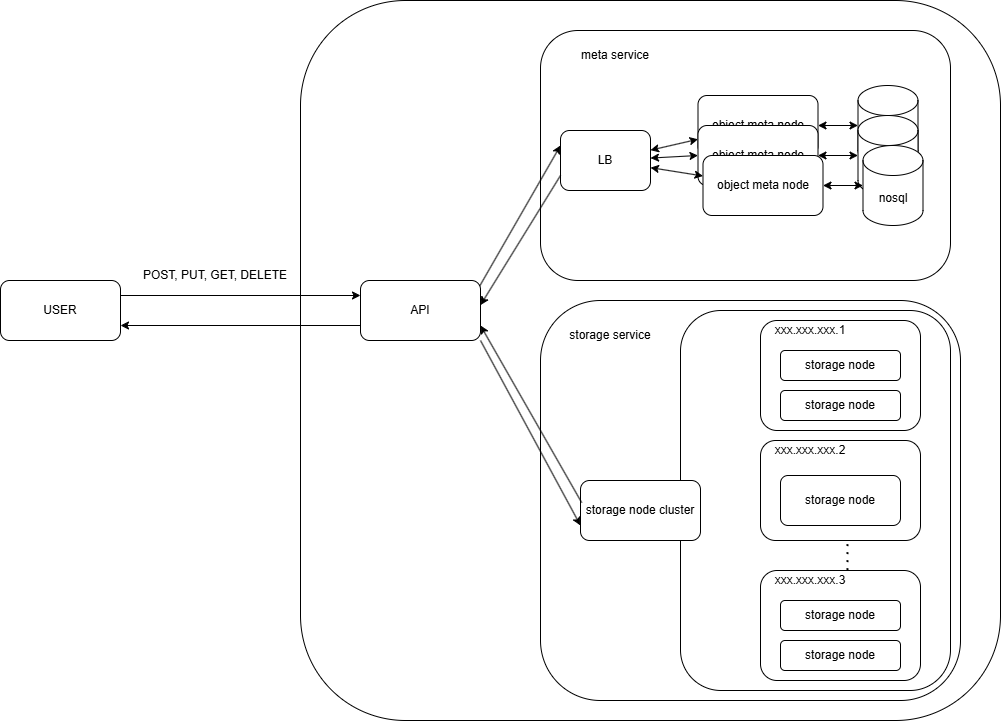
ISSuh/sos keeps this draw.io diagram as doc/doc.png. Above is the earlier version. Source tidied: cells renumbered, new cells last; positions are measured from the earlier drawing's top-left corner, leaving out a move shared by most shapes. Source of this version:
```xml
<mxGraphModel>
  <root>
    <mxCell id="0" />
    <mxCell id="1" parent="0" />
    <mxCell id="2" style="rounded=1;whiteSpace=wrap;html=1;" parent="1" vertex="1">
      <mxGeometry x="300" width="700" height="720" as="geometry" />
    </mxCell>
    <mxCell id="3" style="rounded=1;whiteSpace=wrap;html=1;" parent="1" vertex="1">
      <mxGeometry x="540" y="300" width="420" height="400" as="geometry" />
    </mxCell>
    <mxCell id="4" style="rounded=1;whiteSpace=wrap;html=1;" parent="1" vertex="1">
      <mxGeometry x="680" y="310" width="270" height="380" as="geometry" />
    </mxCell>
    <mxCell id="5" value="USER" style="rounded=1;whiteSpace=wrap;html=1;" parent="1" vertex="1">
      <mxGeometry y="280" width="120" height="60" as="geometry" />
    </mxCell>
    <mxCell id="6" value="API" style="rounded=1;whiteSpace=wrap;html=1;" parent="1" vertex="1">
      <mxGeometry x="360" y="280" width="120" height="60" as="geometry" />
    </mxCell>
    <mxCell id="7" style="endArrow=classic;html=1;exitX=1;exitY=0.25;exitDx=0;exitDy=0;entryX=0;entryY=0.25;entryDx=0;entryDy=0;" parent="1" edge="1" source="5" target="6">
      <mxGeometry relative="1" as="geometry" />
    </mxCell>
    <mxCell id="8" style="endArrow=classic;html=1;exitX=0;exitY=0.75;exitDx=0;exitDy=0;entryX=1;entryY=0.75;entryDx=0;entryDy=0;" parent="1" edge="1" source="6" target="5">
      <mxGeometry relative="1" as="geometry" />
    </mxCell>
    <mxCell id="9" style="rounded=1;whiteSpace=wrap;html=1;" parent="1" vertex="1">
      <mxGeometry x="540" y="30" width="410" height="250" as="geometry" />
    </mxCell>
    <mxCell id="10" value="LB" style="rounded=1;whiteSpace=wrap;html=1;" parent="1" vertex="1">
      <mxGeometry x="560" y="130" width="90" height="60" as="geometry" />
    </mxCell>
    <mxCell id="11" value="storage node cluster" style="rounded=1;whiteSpace=wrap;html=1;" parent="1" vertex="1">
      <mxGeometry x="580" y="480" width="120" height="60" as="geometry" />
    </mxCell>
    <mxCell id="12" style="rounded=1;whiteSpace=wrap;html=1;" parent="1" vertex="1">
      <mxGeometry x="760" y="320" width="160" height="110" as="geometry" />
    </mxCell>
    <mxCell id="13" style="rounded=1;whiteSpace=wrap;html=1;" parent="1" vertex="1">
      <mxGeometry x="760" y="440" width="160" height="100" as="geometry" />
    </mxCell>
    <mxCell id="14" value="nosql" style="shape=cylinder3;whiteSpace=wrap;html=1;boundedLbl=1;backgroundOutline=1;size=15;" parent="1" vertex="1">
      <mxGeometry x="857.5" y="85" width="60" height="80" as="geometry" />
    </mxCell>
    <mxCell id="15" value="storage node" style="rounded=1;whiteSpace=wrap;html=1;" parent="1" vertex="1">
      <mxGeometry x="780" y="350" width="120" height="30" as="geometry" />
    </mxCell>
    <mxCell id="16" value="storage node" style="rounded=1;whiteSpace=wrap;html=1;" parent="1" vertex="1">
      <mxGeometry x="780" y="390" width="120" height="30" as="geometry" />
    </mxCell>
    <mxCell id="17" value="storage node" style="rounded=1;whiteSpace=wrap;html=1;" parent="1" vertex="1">
      <mxGeometry x="780" y="475" width="120" height="50" as="geometry" />
    </mxCell>
    <mxCell id="18" style="endArrow=none;dashed=1;html=1;dashPattern=1 3;strokeWidth=2;exitX=0.731;exitY=0.714;exitDx=0;exitDy=0;exitPerimeter=0;" parent="1" edge="1" source="3">
      <mxGeometry relative="1" as="geometry">
        <mxPoint x="847" y="540" as="targetPoint" />
      </mxGeometry>
    </mxCell>
    <mxCell id="19" style="rounded=1;whiteSpace=wrap;html=1;" parent="1" vertex="1">
      <mxGeometry x="760" y="570" width="160" height="110" as="geometry" />
    </mxCell>
    <mxCell id="20" value="storage node" style="rounded=1;whiteSpace=wrap;html=1;" parent="1" vertex="1">
      <mxGeometry x="780" y="600" width="120" height="30" as="geometry" />
    </mxCell>
    <mxCell id="21" value="storage node" style="rounded=1;whiteSpace=wrap;html=1;" parent="1" vertex="1">
      <mxGeometry x="780" y="640" width="120" height="30" as="geometry" />
    </mxCell>
    <mxCell id="22" value="xxx.xxx.xxx.1" style="text;html=1;strokeColor=none;fillColor=none;align=center;verticalAlign=middle;whiteSpace=wrap;rounded=0;" parent="1" vertex="1">
      <mxGeometry x="780" y="320" width="60" height="20" as="geometry" />
    </mxCell>
    <mxCell id="23" value="xxx.xxx.xxx.2" style="text;html=1;strokeColor=none;fillColor=none;align=center;verticalAlign=middle;whiteSpace=wrap;rounded=0;" parent="1" vertex="1">
      <mxGeometry x="780" y="440" width="60" height="20" as="geometry" />
    </mxCell>
    <mxCell id="24" value="xxx.xxx.xxx.3" style="text;html=1;strokeColor=none;fillColor=none;align=center;verticalAlign=middle;whiteSpace=wrap;rounded=0;" parent="1" vertex="1">
      <mxGeometry x="780" y="570" width="60" height="20" as="geometry" />
    </mxCell>
    <mxCell id="25" style="endArrow=classic;html=1;exitX=0.994;exitY=0.09;exitDx=0;exitDy=0;entryX=0;entryY=0.25;entryDx=0;entryDy=0;exitPerimeter=0;" parent="1" edge="1" source="6" target="10">
      <mxGeometry relative="1" as="geometry" />
    </mxCell>
    <mxCell id="26" style="endArrow=classic;html=1;exitX=0;exitY=0.75;exitDx=0;exitDy=0;entryX=1;entryY=0.41;entryDx=0;entryDy=0;entryPerimeter=0;" parent="1" edge="1" source="10" target="6">
      <mxGeometry relative="1" as="geometry" />
    </mxCell>
    <mxCell id="27" style="endArrow=classic;html=1;exitX=1;exitY=1;exitDx=0;exitDy=0;entryX=0;entryY=0.75;entryDx=0;entryDy=0;" parent="1" edge="1" source="6" target="11">
      <mxGeometry relative="1" as="geometry" />
    </mxCell>
    <mxCell id="28" style="endArrow=classic;html=1;exitX=0.01;exitY=0.369;exitDx=0;exitDy=0;entryX=1;entryY=0.75;entryDx=0;entryDy=0;exitPerimeter=0;" parent="1" edge="1" source="11" target="6">
      <mxGeometry relative="1" as="geometry" />
    </mxCell>
    <mxCell id="29" value="storage service" style="text;html=1;strokeColor=none;fillColor=none;align=center;verticalAlign=middle;whiteSpace=wrap;rounded=0;" parent="1" vertex="1">
      <mxGeometry x="560" y="320" width="100" height="30" as="geometry" />
    </mxCell>
    <mxCell id="30" value="meta service" style="text;html=1;strokeColor=none;fillColor=none;align=center;verticalAlign=middle;whiteSpace=wrap;rounded=0;" parent="1" vertex="1">
      <mxGeometry x="560" y="40" width="110" height="30" as="geometry" />
    </mxCell>
    <mxCell id="31" style="endArrow=classic;startArrow=classic;html=1;exitX=1;exitY=0.5;exitDx=0;exitDy=0;" parent="1" edge="1" source="32" target="14">
      <mxGeometry relative="1" as="geometry" />
    </mxCell>
    <mxCell id="32" value="object meta node" style="rounded=1;whiteSpace=wrap;html=1;" parent="1" vertex="1">
      <mxGeometry x="697.5" y="95" width="120" height="60" as="geometry" />
    </mxCell>
    <mxCell id="33" style="endArrow=classic;startArrow=classic;html=1;entryX=0;entryY=0.5;entryDx=0;entryDy=0;" parent="1" edge="1" source="10" target="36">
      <mxGeometry relative="1" as="geometry" />
    </mxCell>
    <mxCell id="34" value="nosql" style="shape=cylinder3;whiteSpace=wrap;html=1;boundedLbl=1;backgroundOutline=1;size=15;" parent="1" vertex="1">
      <mxGeometry x="857.5" y="115" width="60" height="80" as="geometry" />
    </mxCell>
    <mxCell id="35" style="endArrow=classic;startArrow=classic;html=1;exitX=1;exitY=0.5;exitDx=0;exitDy=0;" parent="1" edge="1" source="36" target="34">
      <mxGeometry relative="1" as="geometry" />
    </mxCell>
    <mxCell id="36" value="object meta node" style="rounded=1;whiteSpace=wrap;html=1;" parent="1" vertex="1">
      <mxGeometry x="697.5" y="125" width="120" height="60" as="geometry" />
    </mxCell>
    <mxCell id="37" value="nosql" style="shape=cylinder3;whiteSpace=wrap;html=1;boundedLbl=1;backgroundOutline=1;size=15;" parent="1" vertex="1">
      <mxGeometry x="862.5" y="145" width="60" height="80" as="geometry" />
    </mxCell>
    <mxCell id="38" style="endArrow=classic;startArrow=classic;html=1;exitX=1;exitY=0.5;exitDx=0;exitDy=0;" parent="1" edge="1" source="39" target="37">
      <mxGeometry relative="1" as="geometry" />
    </mxCell>
    <mxCell id="39" value="object meta node" style="rounded=1;whiteSpace=wrap;html=1;" parent="1" vertex="1">
      <mxGeometry x="702.5" y="155" width="120" height="60" as="geometry" />
    </mxCell>
    <mxCell id="40" style="endArrow=classic;startArrow=classic;html=1;" parent="1" edge="1" source="10" target="32">
      <mxGeometry relative="1" as="geometry" />
    </mxCell>
    <mxCell id="41" style="endArrow=classic;startArrow=classic;html=1;" parent="1" edge="1" source="10" target="39">
      <mxGeometry relative="1" as="geometry" />
    </mxCell>
    <mxCell id="42" value="POST, PUT, GET, DELETE" style="text;html=1;strokeColor=none;fillColor=none;align=center;verticalAlign=middle;whiteSpace=wrap;rounded=0;" parent="1" vertex="1">
      <mxGeometry x="130" y="260" width="170" height="30" as="geometry" />
    </mxCell>
  </root>
</mxGraphModel>
```
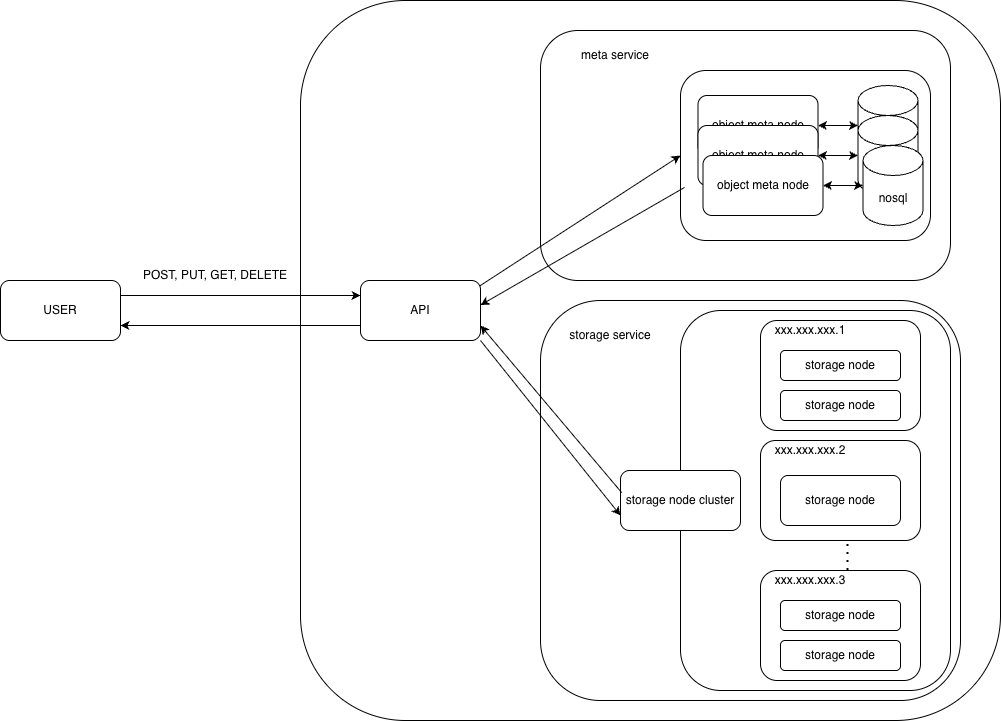
Later version of the same file.

Diff of the diagram source:
```diff
@@ -5,6 +5,12 @@
     <mxCell id="2" style="rounded=1;whiteSpace=wrap;html=1;" parent="1" vertex="1">
       <mxGeometry x="300" width="700" height="720" as="geometry" />
     </mxCell>
+    <mxCell id="9" style="rounded=1;whiteSpace=wrap;html=1;" parent="1" vertex="1">
+      <mxGeometry x="540" y="30" width="410" height="250" as="geometry" />
+    </mxCell>
+    <mxCell id="43" style="rounded=1;whiteSpace=wrap;html=1;" parent="1" vertex="1">
+      <mxGeometry x="680" y="70" width="250" height="170" as="geometry" />
+    </mxCell>
     <mxCell id="3" style="rounded=1;whiteSpace=wrap;html=1;" parent="1" vertex="1">
       <mxGeometry x="540" y="300" width="420" height="400" as="geometry" />
     </mxCell>
@@ -23,14 +29,8 @@
     <mxCell id="8" style="endArrow=classic;html=1;exitX=0;exitY=0.75;exitDx=0;exitDy=0;entryX=1;entryY=0.75;entryDx=0;entryDy=0;" parent="1" edge="1" source="6" target="5">
       <mxGeometry relative="1" as="geometry" />
     </mxCell>
-    <mxCell id="9" style="rounded=1;whiteSpace=wrap;html=1;" parent="1" vertex="1">
-      <mxGeometry x="540" y="30" width="410" height="250" as="geometry" />
-    </mxCell>
-    <mxCell id="10" value="LB" style="rounded=1;whiteSpace=wrap;html=1;" parent="1" vertex="1">
-      <mxGeometry x="560" y="130" width="90" height="60" as="geometry" />
-    </mxCell>
     <mxCell id="11" value="storage node cluster" style="rounded=1;whiteSpace=wrap;html=1;" parent="1" vertex="1">
-      <mxGeometry x="580" y="480" width="120" height="60" as="geometry" />
+      <mxGeometry x="620" y="470" width="120" height="60" as="geometry" />
     </mxCell>
     <mxCell id="12" style="rounded=1;whiteSpace=wrap;html=1;" parent="1" vertex="1">
       <mxGeometry x="760" y="320" width="160" height="110" as="geometry" />
@@ -73,10 +73,10 @@
     <mxCell id="24" value="xxx.xxx.xxx.3" style="text;html=1;strokeColor=none;fillColor=none;align=center;verticalAlign=middle;whiteSpace=wrap;rounded=0;" parent="1" vertex="1">
       <mxGeometry x="780" y="570" width="60" height="20" as="geometry" />
     </mxCell>
-    <mxCell id="25" style="endArrow=classic;html=1;exitX=0.994;exitY=0.09;exitDx=0;exitDy=0;entryX=0;entryY=0.25;entryDx=0;entryDy=0;exitPerimeter=0;" parent="1" edge="1" source="6" target="10">
+    <mxCell id="25" style="endArrow=classic;html=1;exitX=0.994;exitY=0.09;exitDx=0;exitDy=0;exitPerimeter=0;entryX=0;entryY=0.5;entryDx=0;entryDy=0;" parent="1" edge="1" source="6" target="43">
       <mxGeometry relative="1" as="geometry" />
     </mxCell>
-    <mxCell id="26" style="endArrow=classic;html=1;exitX=0;exitY=0.75;exitDx=0;exitDy=0;entryX=1;entryY=0.41;entryDx=0;entryDy=0;entryPerimeter=0;" parent="1" edge="1" source="10" target="6">
+    <mxCell id="26" style="endArrow=classic;html=1;entryX=1;entryY=0.41;entryDx=0;entryDy=0;entryPerimeter=0;exitX=0.016;exitY=0.688;exitDx=0;exitDy=0;exitPerimeter=0;" parent="1" edge="1" source="43" target="6">
       <mxGeometry relative="1" as="geometry" />
     </mxCell>
     <mxCell id="27" style="endArrow=classic;html=1;exitX=1;exitY=1;exitDx=0;exitDy=0;entryX=0;entryY=0.75;entryDx=0;entryDy=0;" parent="1" edge="1" source="6" target="11">
@@ -97,9 +97,6 @@
     <mxCell id="32" value="object meta node" style="rounded=1;whiteSpace=wrap;html=1;" parent="1" vertex="1">
       <mxGeometry x="697.5" y="95" width="120" height="60" as="geometry" />
     </mxCell>
-    <mxCell id="33" style="endArrow=classic;startArrow=classic;html=1;entryX=0;entryY=0.5;entryDx=0;entryDy=0;" parent="1" edge="1" source="10" target="36">
-      <mxGeometry relative="1" as="geometry" />
-    </mxCell>
     <mxCell id="34" value="nosql" style="shape=cylinder3;whiteSpace=wrap;html=1;boundedLbl=1;backgroundOutline=1;size=15;" parent="1" vertex="1">
       <mxGeometry x="857.5" y="115" width="60" height="80" as="geometry" />
     </mxCell>
@@ -118,12 +115,6 @@
     <mxCell id="39" value="object meta node" style="rounded=1;whiteSpace=wrap;html=1;" parent="1" vertex="1">
       <mxGeometry x="702.5" y="155" width="120" height="60" as="geometry" />
     </mxCell>
-    <mxCell id="40" style="endArrow=classic;startArrow=classic;html=1;" parent="1" edge="1" source="10" target="32">
-      <mxGeometry relative="1" as="geometry" />
-    </mxCell>
-    <mxCell id="41" style="endArrow=classic;startArrow=classic;html=1;" parent="1" edge="1" source="10" target="39">
-      <mxGeometry relative="1" as="geometry" />
-    </mxCell>
     <mxCell id="42" value="POST, PUT, GET, DELETE" style="text;html=1;strokeColor=none;fillColor=none;align=center;verticalAlign=middle;whiteSpace=wrap;rounded=0;" parent="1" vertex="1">
       <mxGeometry x="130" y="260" width="170" height="30" as="geometry" />
     </mxCell>
```
